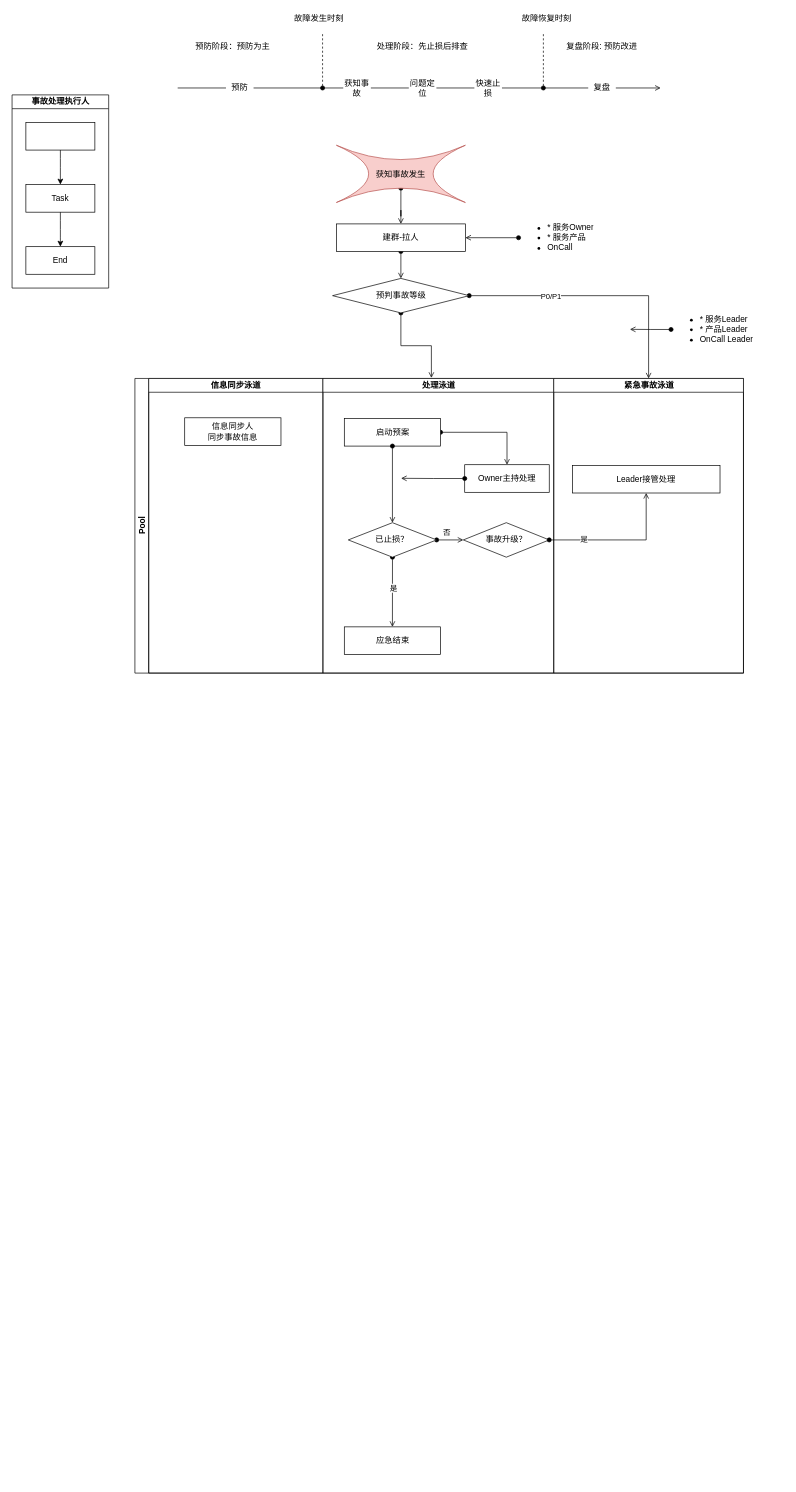
The draw.io diagram Untitled Diagram.drawio in zhongweng/zimbook, before the edit. Source tidied: cells renumbered, new cells numbered last; positions are measured from the earlier drawing's top-left corner, leaving out a move shared by most shapes. Both pictures are drawn from the tidied source at 69%, with x=0, y=0 at pixel (12, 12).
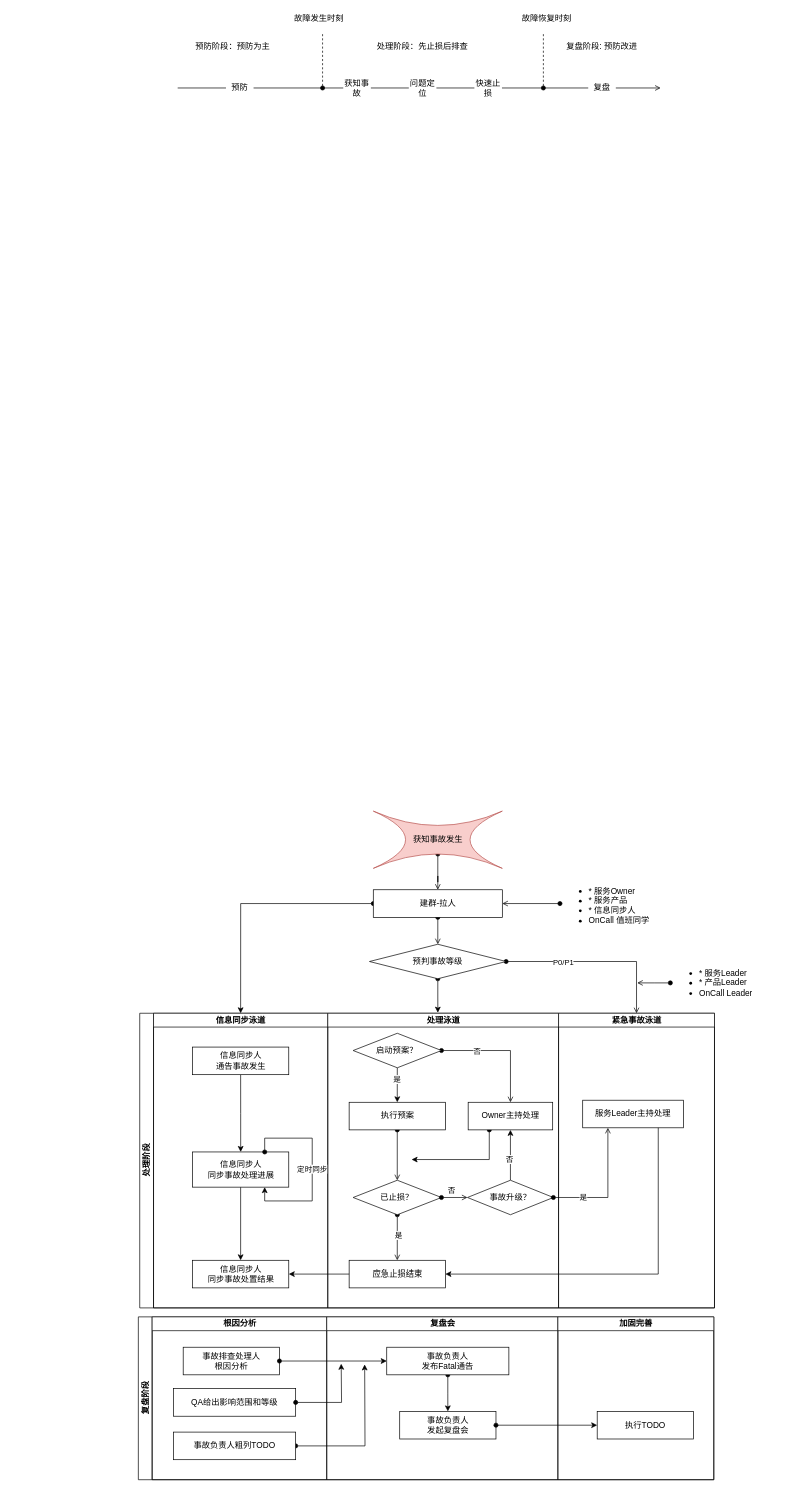
The same diagram, later.

Unchanged cells that the change refers to:
```xml
<mxCell id="35" value="信息同步泳道" style="swimlane;html=1;startSize=20;" parent="34" vertex="1">
  <mxGeometry x="20" width="252.5" height="427" as="geometry" />
</mxCell>
<mxCell id="37" value="处理泳道" style="swimlane;html=1;startSize=20;" parent="34" vertex="1">
  <mxGeometry x="272.5" width="334.5" height="427" as="geometry" />
</mxCell>
```

Change to the diagram source:
```diff
@@
-    <mxCell id="2" value="事故处理执行人" style="swimlane;html=1;startSize=20;horizontal=1;flowOrientation=north;interRankCellSpacing=50;containerType=tree;" parent="1" vertex="1">
-      <mxGeometry y="120" width="140" height="280" as="geometry" />
-    </mxCell>
-    <mxCell id="3" style="whiteSpace=wrap;html=1;" parent="2" vertex="1">
-      <mxGeometry x="20" y="40" width="100" height="40" as="geometry" />
-    </mxCell>
-    <mxCell id="4" value="Task" style="whiteSpace=wrap;html=1;" parent="2" vertex="1">
-      <mxGeometry x="20" y="130" width="100" height="40" as="geometry" />
-    </mxCell>
-    <mxCell id="5" style="html=1;curved=1;noEdgeStyle=1;orthogonal=1;" parent="2" edge="1" source="3" target="4">
-      <mxGeometry relative="1" as="geometry">
-        <Array as="points">
-          <mxPoint x="70" y="92" />
-          <mxPoint x="70" y="118" />
-        </Array>
-      </mxGeometry>
-    </mxCell>
-    <mxCell id="6" value="End" style="whiteSpace=wrap;html=1;" parent="2" vertex="1">
-      <mxGeometry x="20" y="220" width="100" height="40" as="geometry" />
-    </mxCell>
-    <mxCell id="7" style="html=1;curved=1;noEdgeStyle=1;orthogonal=1;" parent="2" edge="1" source="4" target="6">
-      <mxGeometry relative="1" as="geometry">
-        <Array as="points">
-          <mxPoint x="70" y="182" />
-          <mxPoint x="70" y="208" />
-        </Array>
-      </mxGeometry>
-    </mxCell>
@@
     <mxCell id="9" value="获知事故发生" style="shape=switch;whiteSpace=wrap;html=1;fillColor=#f8cecc;strokeColor=#b85450;" parent="1" vertex="1">
-      <mxGeometry x="470" y="193" width="187" height="83" as="geometry" />
+      <mxGeometry x="523.5" y="1158" width="187" height="83" as="geometry" />
     </mxCell>
@@
+    <mxCell id="57" style="edgeStyle=orthogonalEdgeStyle;rounded=0;jettySize=auto;html=1;exitX=0;exitY=0.5;exitDx=0;exitDy=0;entryX=0.5;entryY=0;entryDx=0;entryDy=0;startArrow=oval;startFill=1;" parent="1" edge="1" source="31" target="35">
+      <mxGeometry relative="1" as="geometry" />
+    </mxCell>
     <mxCell id="31" value="建群-拉人" style="whiteSpace=wrap;html=1;" parent="1" vertex="1">
-      <mxGeometry x="470" y="307" width="187" height="40" as="geometry" />
+      <mxGeometry x="523.5" y="1272" width="187" height="40" as="geometry" />
     </mxCell>
@@
-    <mxCell id="33" value="&lt;ul&gt;&lt;li&gt;* 服务Owner&lt;/li&gt;&lt;li&gt;* 服务产品&lt;/li&gt;&lt;li&gt;OnCall&lt;/li&gt;&lt;/ul&gt;" style="text;strokeColor=none;fillColor=none;html=1;whiteSpace=wrap;verticalAlign=middle;overflow=hidden;" parent="1" vertex="1">
-      <mxGeometry x="734" y="287" width="163" height="80" as="geometry" />
+    <mxCell id="33" value="&lt;ul&gt;&lt;li&gt;* 服务Owner&lt;/li&gt;&lt;li&gt;* 服务产品&lt;/li&gt;&lt;li&gt;* 信息同步人&lt;/li&gt;&lt;li&gt;OnCall 值班同学&lt;/li&gt;&lt;/ul&gt;" style="text;strokeColor=none;fillColor=none;html=1;whiteSpace=wrap;verticalAlign=middle;overflow=hidden;" parent="1" vertex="1">
+      <mxGeometry x="794" y="1252" width="163" height="80" as="geometry" />
     </mxCell>
+    <mxCell id="52" style="edgeStyle=orthogonalEdgeStyle;rounded=0;jettySize=auto;html=1;exitX=0.5;exitY=1;exitDx=0;exitDy=0;entryX=0.477;entryY=-0.002;entryDx=0;entryDy=0;entryPerimeter=0;startArrow=oval;startFill=1;" parent="1" edge="1" source="53" target="37">
+      <mxGeometry relative="1" as="geometry" />
+    </mxCell>
+    <mxCell id="53" value="预判事故等级" style="rhombus;whiteSpace=wrap;html=1;" parent="1" vertex="1">
+      <mxGeometry x="518" y="1351" width="198" height="50" as="geometry" />
+    </mxCell>
+    <mxCell id="54" style="edgeStyle=orthogonalEdgeStyle;rounded=0;jettySize=auto;html=1;exitX=0;exitY=0.5;exitDx=0;exitDy=0;startArrow=oval;startFill=1;endArrow=open;endFill=0;" parent="1" edge="1" source="55">
+      <mxGeometry relative="1" as="geometry">
+        <mxPoint x="906" y="1407" as="targetPoint" />
+      </mxGeometry>
+    </mxCell>
+    <mxCell id="55" value="&lt;ul&gt;&lt;li&gt;* 服务Leader&lt;/li&gt;&lt;li&gt;* 产品Leader&lt;/li&gt;&lt;li&gt;OnCall Leader&lt;/li&gt;&lt;/ul&gt;" style="text;strokeColor=none;fillColor=none;html=1;whiteSpace=wrap;verticalAlign=middle;overflow=hidden;" parent="1" vertex="1">
+      <mxGeometry x="954" y="1367" width="163" height="80" as="geometry" />
+    </mxCell>
+    <mxCell id="58" style="edgeStyle=orthogonalEdgeStyle;rounded=0;jettySize=auto;html=1;exitX=0.25;exitY=1;exitDx=0;exitDy=0;startArrow=oval;startFill=1;" parent="1" edge="1" source="47">
+      <mxGeometry relative="1" as="geometry">
+        <mxPoint x="579" y="1663" as="targetPoint" />
+        <Array as="points">
+          <mxPoint x="692" y="1663" />
+        </Array>
+      </mxGeometry>
+    </mxCell>
+    <mxCell id="59" style="edgeStyle=orthogonalEdgeStyle;rounded=0;jettySize=auto;html=1;exitX=1;exitY=0.5;exitDx=0;exitDy=0;startArrow=oval;startFill=1;" parent="1" edge="1" source="77">
+      <mxGeometry relative="1" as="geometry">
+        <mxPoint x="511" y="1960" as="targetPoint" />
+      </mxGeometry>
+    </mxCell>
-    <mxCell id="34" value="Pool" style="swimlane;html=1;startSize=20;horizontal=0;" parent="1" vertex="1">
-      <mxGeometry x="178" y="531" width="882" height="427" as="geometry" />
+    <mxCell id="34" value="处理阶段" style="swimlane;html=1;startSize=20;horizontal=0;" parent="1" vertex="1">
+      <mxGeometry x="185" y="1451" width="833" height="427" as="geometry" />
     </mxCell>
@@
+    <mxCell id="60" style="edgeStyle=orthogonalEdgeStyle;rounded=0;jettySize=auto;html=1;exitX=0.5;exitY=1;exitDx=0;exitDy=0;entryX=0.5;entryY=0;entryDx=0;entryDy=0;" parent="35" edge="1" source="63" target="61">
+      <mxGeometry relative="1" as="geometry" />
+    </mxCell>
+    <mxCell id="61" value="信息同步人&lt;br&gt;同步事故处置结果" style="whiteSpace=wrap;html=1;" parent="35" vertex="1">
+      <mxGeometry x="56.5" y="358" width="139.5" height="40" as="geometry" />
+    </mxCell>
+    <mxCell id="62" style="edgeStyle=orthogonalEdgeStyle;rounded=0;jettySize=auto;html=1;exitX=0.5;exitY=1;exitDx=0;exitDy=0;" parent="35" edge="1" source="36" target="63">
+      <mxGeometry relative="1" as="geometry" />
+    </mxCell>
-    <mxCell id="36" value="信息同步人&lt;br&gt;同步事故信息" style="whiteSpace=wrap;html=1;" parent="35" vertex="1">
-      <mxGeometry x="52.2" y="57" width="139.5" height="40" as="geometry" />
+    <mxCell id="36" value="信息同步人&lt;br&gt;通告事故发生" style="whiteSpace=wrap;html=1;" parent="35" vertex="1">
+      <mxGeometry x="56.5" y="49" width="139.5" height="40" as="geometry" />
     </mxCell>
+    <mxCell id="63" value="信息同步人&lt;br&gt;同步事故处理进展" style="whiteSpace=wrap;html=1;" parent="35" vertex="1">
+      <mxGeometry x="56.5" y="201" width="139.5" height="51" as="geometry" />
+    </mxCell>
+    <mxCell id="64" value="定时同步" style="edgeStyle=orthogonalEdgeStyle;rounded=0;orthogonalLoop=1;jettySize=auto;html=1;exitX=0.75;exitY=0;exitDx=0;exitDy=0;entryX=0.75;entryY=1;entryDx=0;entryDy=0;startArrow=oval;startFill=1;" parent="35" edge="1" source="63" target="63">
+      <mxGeometry relative="1" as="geometry">
+        <Array as="points">
+          <mxPoint x="161" y="181" />
+          <mxPoint x="230" y="181" />
+          <mxPoint x="230" y="272" />
+          <mxPoint x="161" y="272" />
+        </Array>
+      </mxGeometry>
+    </mxCell>
@@
-    <mxCell id="38" style="edgeStyle=orthogonalEdgeStyle;rounded=0;jettySize=auto;html=1;exitX=1;exitY=0.5;exitDx=0;exitDy=0;startArrow=oval;startFill=1;endArrow=open;endFill=0;" parent="37" edge="1" source="40" target="47">
+    <mxCell id="38" style="edgeStyle=orthogonalEdgeStyle;rounded=0;jettySize=auto;html=1;exitX=1;exitY=0.5;exitDx=0;exitDy=0;startArrow=oval;startFill=1;endArrow=open;endFill=0;" parent="37" edge="1" source="68" target="47">
       <mxGeometry relative="1" as="geometry" />
     </mxCell>
-    <mxCell id="39" value="应急结束" style="whiteSpace=wrap;html=1;" parent="37" vertex="1">
-      <mxGeometry x="31" y="360" width="139.5" height="40" as="geometry" />
-    </mxCell>
-    <mxCell id="40" value="启动预案" style="whiteSpace=wrap;html=1;" parent="37" vertex="1">
-      <mxGeometry x="31" y="58" width="139.5" height="40" as="geometry" />
-    </mxCell>
+    <mxCell id="65" value="否" style="edgeLabel;html=1;align=center;verticalAlign=middle;" parent="38" vertex="1">
+      <mxGeometry x="-0.01" relative="1" as="geometry">
+        <mxPoint x="-36.2" as="offset" />
+      </mxGeometry>
+    </mxCell>
+    <mxCell id="66" style="edgeStyle=orthogonalEdgeStyle;rounded=0;jettySize=auto;html=1;exitX=0.5;exitY=1;exitDx=0;exitDy=0;entryX=0.5;entryY=0;entryDx=0;entryDy=0;" parent="37" edge="1" source="68" target="40">
+      <mxGeometry relative="1" as="geometry" />
+    </mxCell>
+    <mxCell id="67" value="是" style="edgeLabel;html=1;align=center;verticalAlign=middle;" parent="66" vertex="1">
+      <mxGeometry x="-0.32" y="-1" relative="1" as="geometry" />
+    </mxCell>
@@
+    <mxCell id="44" style="edgeStyle=orthogonalEdgeStyle;rounded=0;jettySize=auto;html=1;exitX=0.5;exitY=1;exitDx=0;exitDy=0;startArrow=oval;startFill=1;endArrow=open;endFill=0;" parent="37" edge="1" source="40" target="45">
+      <mxGeometry x="-0.37" relative="1" as="geometry" />
+    </mxCell>
+    <mxCell id="68" value="启动预案？" style="rhombus;whiteSpace=wrap;html=1;" parent="37" vertex="1">
+      <mxGeometry x="36.8" y="29" width="128" height="50" as="geometry" />
+    </mxCell>
+    <mxCell id="40" value="执行预案" style="whiteSpace=wrap;html=1;" parent="37" vertex="1">
+      <mxGeometry x="31" y="129" width="139.5" height="40" as="geometry" />
+    </mxCell>
+    <mxCell id="45" value="已止损？" style="rhombus;whiteSpace=wrap;html=1;" parent="37" vertex="1">
+      <mxGeometry x="36.8" y="242" width="128" height="50" as="geometry" />
+    </mxCell>
@@
-    <mxCell id="44" style="edgeStyle=orthogonalEdgeStyle;rounded=0;jettySize=auto;html=1;exitX=0.5;exitY=1;exitDx=0;exitDy=0;startArrow=oval;startFill=1;endArrow=open;endFill=0;" parent="37" edge="1" source="40" target="45">
-      <mxGeometry relative="1" as="geometry" />
-    </mxCell>
-    <mxCell id="45" value="已止损？" style="rhombus;whiteSpace=wrap;html=1;" parent="37" vertex="1">
-      <mxGeometry x="36.8" y="209" width="128" height="50" as="geometry" />
-    </mxCell>
+    <mxCell id="69" style="edgeStyle=orthogonalEdgeStyle;rounded=0;jettySize=auto;html=1;exitX=0.5;exitY=0;exitDx=0;exitDy=0;entryX=0.5;entryY=1;entryDx=0;entryDy=0;" parent="37" edge="1" source="46" target="47">
+      <mxGeometry relative="1" as="geometry" />
+    </mxCell>
+    <mxCell id="70" value="否" style="edgeLabel;html=1;align=center;verticalAlign=middle;" parent="69" vertex="1">
+      <mxGeometry x="-0.15" y="2" relative="1" as="geometry" />
+    </mxCell>
+    <mxCell id="39" value="应急止损结束" style="whiteSpace=wrap;html=1;" parent="37" vertex="1">
+      <mxGeometry x="31" y="358" width="139.5" height="40" as="geometry" />
+    </mxCell>
+    <mxCell id="47" value="Owner主持处理" style="whiteSpace=wrap;html=1;" parent="37" vertex="1">
+      <mxGeometry x="203.5" y="129" width="122.5" height="40" as="geometry" />
+    </mxCell>
     <mxCell id="46" value="事故升级？" style="rhombus;whiteSpace=wrap;html=1;" parent="37" vertex="1">
-      <mxGeometry x="203.5" y="209" width="124.5" height="50" as="geometry" />
+      <mxGeometry x="202.5" y="242" width="124.5" height="50" as="geometry" />
     </mxCell>
-    <mxCell id="47" value="Owner主持处理" style="whiteSpace=wrap;html=1;" parent="37" vertex="1">
-      <mxGeometry x="205.5" y="125" width="122.5" height="40" as="geometry" />
-    </mxCell>
     <mxCell id="48" value="紧急事故泳道" style="swimlane;html=1;startSize=20;" parent="34" vertex="1">
-      <mxGeometry x="607" width="275" height="427" as="geometry" />
+      <mxGeometry x="607" width="226" height="427" as="geometry" />
     </mxCell>
-    <mxCell id="49" value="Leader接管处理" style="whiteSpace=wrap;html=1;" parent="48" vertex="1">
-      <mxGeometry x="27" y="126" width="214" height="40" as="geometry" />
+    <mxCell id="49" value="服务Leader主持处理" style="whiteSpace=wrap;html=1;" parent="48" vertex="1">
+      <mxGeometry x="35" y="126" width="146" height="40" as="geometry" />
     </mxCell>
-    <mxCell id="50" style="edgeStyle=orthogonalEdgeStyle;rounded=0;jettySize=auto;html=1;exitX=1;exitY=0.5;exitDx=0;exitDy=0;entryX=0.5;entryY=1;entryDx=0;entryDy=0;startArrow=oval;startFill=1;endArrow=open;endFill=0;" parent="34" edge="1" source="46" target="49">
+    <mxCell id="50" style="edgeStyle=orthogonalEdgeStyle;rounded=0;jettySize=auto;html=1;exitX=1;exitY=0.5;exitDx=0;exitDy=0;entryX=0.25;entryY=1;entryDx=0;entryDy=0;startArrow=oval;startFill=1;endArrow=open;endFill=0;" parent="34" edge="1" source="46" target="49">
       <mxGeometry relative="1" as="geometry" />
     </mxCell>
@@
-    <mxCell id="52" style="edgeStyle=orthogonalEdgeStyle;rounded=0;jettySize=auto;html=1;exitX=0.5;exitY=1;exitDx=0;exitDy=0;entryX=0.47;entryY=-0.002;entryDx=0;entryDy=0;entryPerimeter=0;startArrow=oval;startFill=1;endArrow=open;endFill=0;" parent="1" edge="1" source="53" target="37">
-      <mxGeometry relative="1" as="geometry" />
-    </mxCell>
-    <mxCell id="53" value="预判事故等级" style="rhombus;whiteSpace=wrap;html=1;" parent="1" vertex="1">
-      <mxGeometry x="464.5" y="386" width="198" height="50" as="geometry" />
-    </mxCell>
-    <mxCell id="54" style="edgeStyle=orthogonalEdgeStyle;rounded=0;jettySize=auto;html=1;exitX=0;exitY=0.5;exitDx=0;exitDy=0;startArrow=oval;startFill=1;endArrow=open;endFill=0;" parent="1" edge="1" source="55">
-      <mxGeometry relative="1" as="geometry">
-        <mxPoint x="895.5" y="459.8" as="targetPoint" />
-      </mxGeometry>
-    </mxCell>
-    <mxCell id="55" value="&lt;ul&gt;&lt;li&gt;* 服务Leader&lt;/li&gt;&lt;li&gt;* 产品Leader&lt;/li&gt;&lt;li&gt;OnCall Leader&lt;/li&gt;&lt;/ul&gt;" style="text;strokeColor=none;fillColor=none;html=1;whiteSpace=wrap;verticalAlign=middle;overflow=hidden;" parent="1" vertex="1">
-      <mxGeometry x="955" y="420" width="163" height="80" as="geometry" />
-    </mxCell>
-    <mxCell id="56" style="edgeStyle=orthogonalEdgeStyle;rounded=0;jettySize=auto;html=1;exitX=0;exitY=0.5;exitDx=0;exitDy=0;startArrow=oval;startFill=1;endArrow=open;endFill=0;" parent="1" edge="1" source="47">
-      <mxGeometry relative="1" as="geometry">
-        <mxPoint x="563.8" y="675.7" as="targetPoint" />
-      </mxGeometry>
-    </mxCell>
+    <mxCell id="71" style="edgeStyle=orthogonalEdgeStyle;rounded=0;jettySize=auto;html=1;exitX=0;exitY=0.5;exitDx=0;exitDy=0;entryX=1;entryY=0.5;entryDx=0;entryDy=0;" parent="34" edge="1" source="39" target="61">
+      <mxGeometry relative="1" as="geometry" />
+    </mxCell>
+    <mxCell id="72" style="edgeStyle=orthogonalEdgeStyle;rounded=0;jettySize=auto;html=1;exitX=0.75;exitY=1;exitDx=0;exitDy=0;entryX=1;entryY=0.5;entryDx=0;entryDy=0;" parent="34" edge="1" source="49" target="39">
+      <mxGeometry relative="1" as="geometry" />
+    </mxCell>
+    <mxCell id="73" value="复盘阶段" style="swimlane;html=1;startSize=20;horizontal=0;" parent="1" vertex="1">
+      <mxGeometry x="183" y="1891" width="834" height="236" as="geometry" />
+    </mxCell>
+    <mxCell id="74" value="根因分析" style="swimlane;html=1;startSize=20;" parent="73" vertex="1">
+      <mxGeometry x="20" width="253" height="236" as="geometry" />
+    </mxCell>
+    <mxCell id="75" value="事故排查处理人&lt;br&gt;根因分析" style="whiteSpace=wrap;html=1;" parent="74" vertex="1">
+      <mxGeometry x="45" y="44" width="139.5" height="40" as="geometry" />
+    </mxCell>
+    <mxCell id="76" value="QA给出影响范围和等级" style="whiteSpace=wrap;html=1;" parent="74" vertex="1">
+      <mxGeometry x="31" y="104" width="177" height="40" as="geometry" />
+    </mxCell>
+    <mxCell id="77" value="事故负责人粗列TODO" style="whiteSpace=wrap;html=1;" parent="74" vertex="1">
+      <mxGeometry x="31" y="167" width="177" height="40" as="geometry" />
+    </mxCell>
+    <mxCell id="78" value="复盘会" style="swimlane;html=1;startSize=20;" parent="73" vertex="1">
+      <mxGeometry x="273" width="335" height="236" as="geometry" />
+    </mxCell>
+    <mxCell id="79" style="edgeStyle=orthogonalEdgeStyle;rounded=0;jettySize=auto;html=1;exitX=0.5;exitY=1;exitDx=0;exitDy=0;entryX=0.5;entryY=0;entryDx=0;entryDy=0;startArrow=oval;startFill=1;" parent="78" edge="1" source="80" target="81">
+      <mxGeometry relative="1" as="geometry" />
+    </mxCell>
+    <mxCell id="80" value="事故负责人&lt;br&gt;发布Fatal通告" style="whiteSpace=wrap;html=1;" parent="78" vertex="1">
+      <mxGeometry x="87" y="44" width="177" height="40" as="geometry" />
+    </mxCell>
+    <mxCell id="81" value="事故负责人&lt;br&gt;发起复盘会" style="whiteSpace=wrap;html=1;" parent="78" vertex="1">
+      <mxGeometry x="105.8" y="137" width="139.5" height="40" as="geometry" />
+    </mxCell>
+    <mxCell id="82" value="加固完善" style="swimlane;html=1;startSize=20;" parent="73" vertex="1">
+      <mxGeometry x="608" width="226" height="236" as="geometry" />
+    </mxCell>
+    <mxCell id="83" value="执行TODO" style="whiteSpace=wrap;html=1;" parent="82" vertex="1">
+      <mxGeometry x="57" y="137" width="139.5" height="40" as="geometry" />
+    </mxCell>
+    <mxCell id="84" style="edgeStyle=orthogonalEdgeStyle;rounded=0;jettySize=auto;html=1;exitX=1;exitY=0.5;exitDx=0;exitDy=0;startArrow=oval;startFill=1;" parent="73" edge="1" source="75" target="80">
+      <mxGeometry relative="1" as="geometry" />
+    </mxCell>
+    <mxCell id="85" style="edgeStyle=orthogonalEdgeStyle;rounded=0;jettySize=auto;html=1;exitX=1;exitY=0.5;exitDx=0;exitDy=0;startArrow=oval;startFill=1;" parent="73" edge="1" source="76">
+      <mxGeometry relative="1" as="geometry">
+        <mxPoint x="294" y="68" as="targetPoint" />
+      </mxGeometry>
+    </mxCell>
+    <mxCell id="86" style="edgeStyle=orthogonalEdgeStyle;rounded=0;jettySize=auto;html=1;exitX=1;exitY=0.5;exitDx=0;exitDy=0;entryX=0;entryY=0.5;entryDx=0;entryDy=0;startArrow=oval;startFill=1;" parent="73" edge="1" source="81" target="83">
+      <mxGeometry relative="1" as="geometry" />
+    </mxCell>
```
